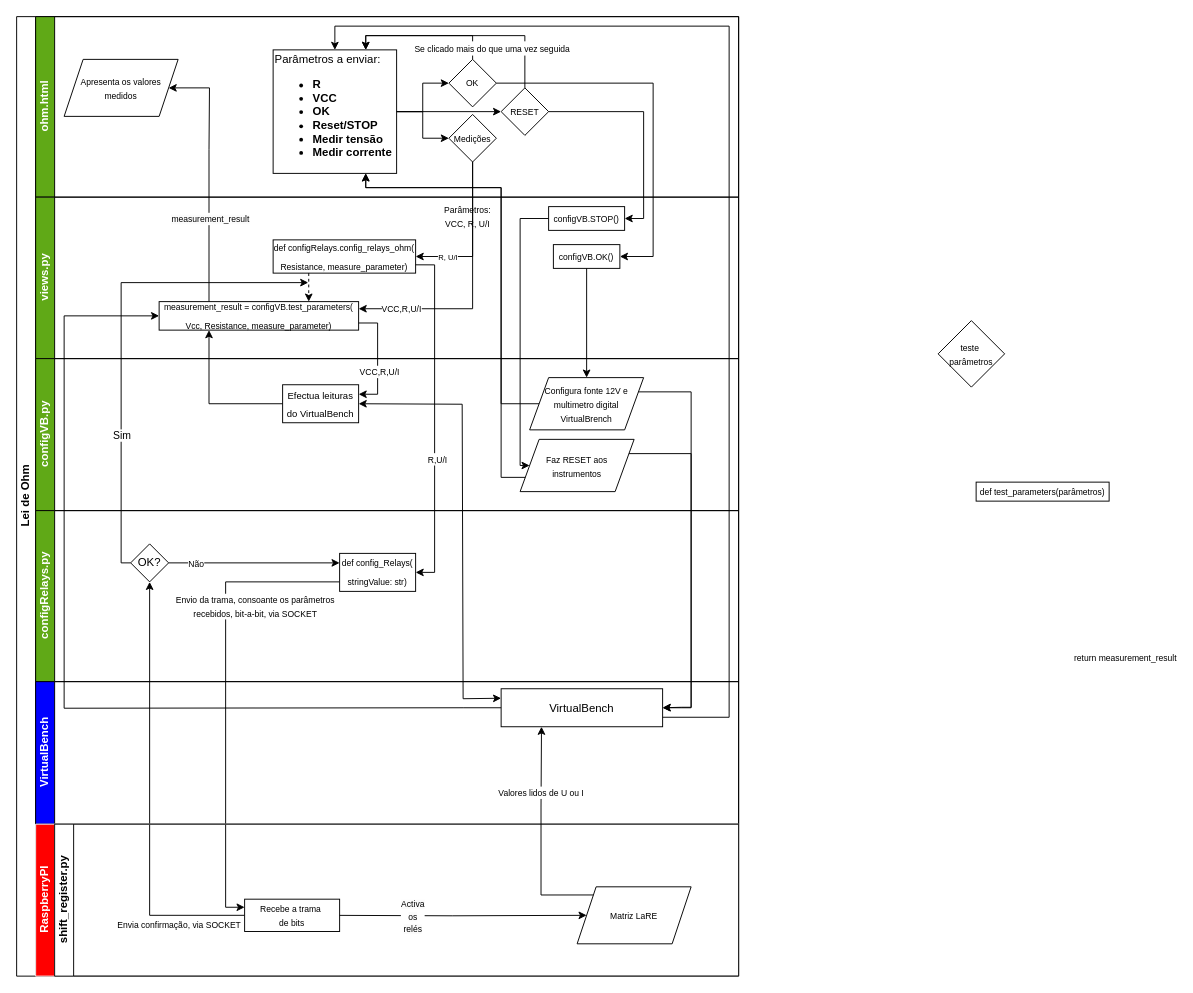
Above: diagramas/flowchart_OHM.drawio in eddygrinder/LaRE (draw.io), before the change. Source tidied: cells renumbered, new cells numbered last; positions are measured from the earlier drawing's top-left corner, leaving out a move shared by most shapes. Both pictures are drawn from the tidied source at 95%, with x=0, y=0 at pixel (16, 16).
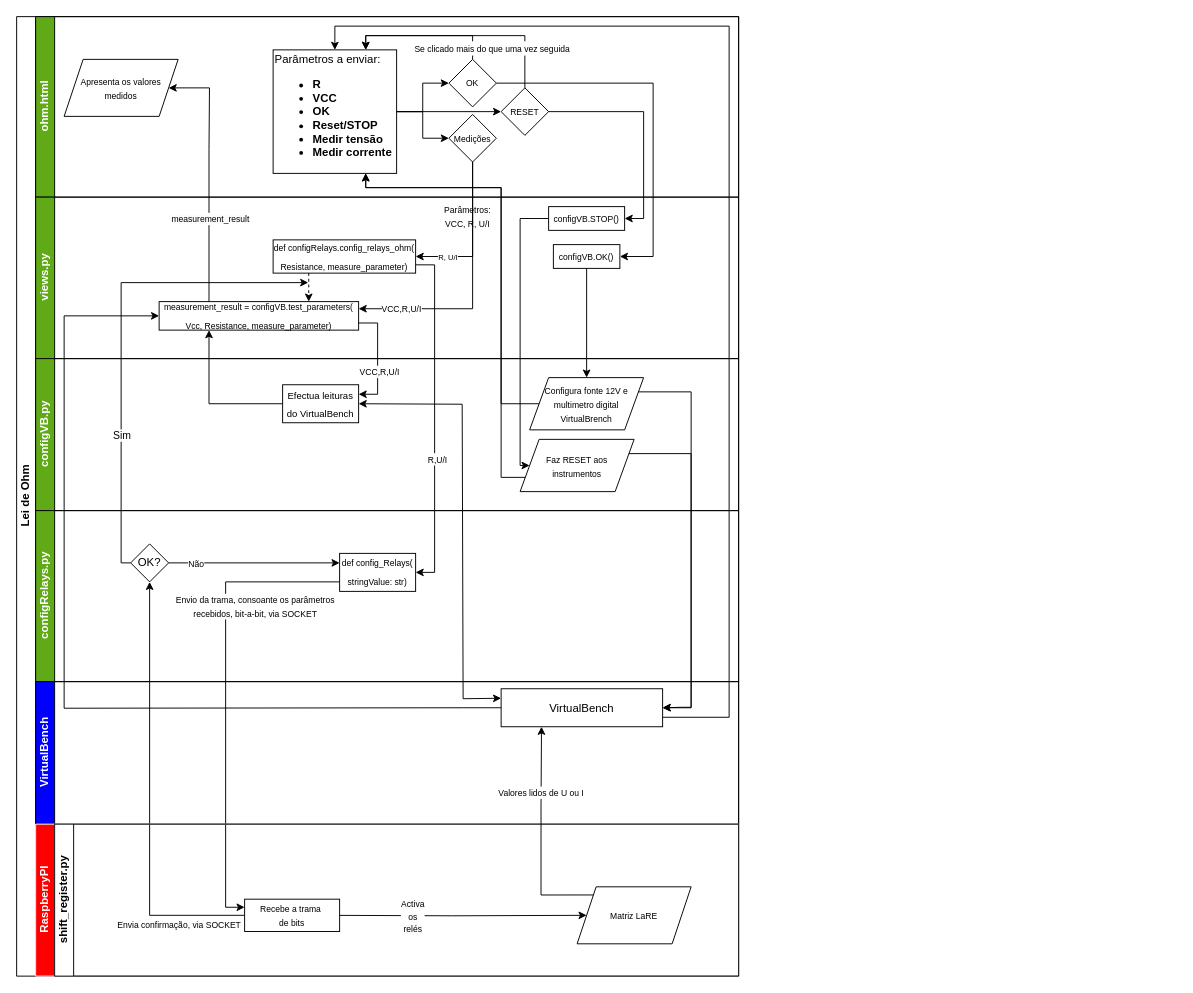
The same page after the edit.

Unchanged cells that the change refers to:
```xml
<mxCell id="55" style="edgeStyle=orthogonalEdgeStyle;rounded=0;jettySize=auto;html=1;entryX=0;entryY=0.5;entryDx=0;entryDy=0;exitX=0;exitY=0.5;exitDx=0;exitDy=0;" parent="3" edge="1" source="48" target="17">
  <mxGeometry relative="1" as="geometry">
    <Array as="points">
      <mxPoint x="470" y="728" />
      <mxPoint x="50" y="728" />
      <mxPoint x="50" y="315" />
    </Array>
  </mxGeometry>
</mxCell>
```

The edit, as a diff of the source:
```diff
@@
-    <mxCell id="2" value="&lt;p&gt;&lt;font style=&quot;font-size: 9px;&quot;&gt;teste&amp;nbsp;&lt;br&gt;&lt;/font&gt;&lt;span style=&quot;font-size: 9px; background-color: initial;&quot;&gt;parâmetros&lt;/span&gt;&lt;/p&gt;" style="rhombus;whiteSpace=wrap;html=1;fontFamily=Helvetica;fontSize=12;fontColor=#000000;align=center;" parent="1" vertex="1">
-      <mxGeometry x="970" y="320" width="70" height="70" as="geometry" />
-    </mxCell>
@@
-    <mxCell id="56" value="&lt;font style=&quot;font-size: 9px;&quot;&gt;return measurement_result&lt;/font&gt;" style="edgeLabel;html=1;align=center;verticalAlign=middle;" parent="55" vertex="1">
-      <mxGeometry x="-0.62" y="-2" relative="1" as="geometry">
-        <mxPoint x="842" y="-51" as="offset" />
-      </mxGeometry>
-    </mxCell>
@@
-    <mxCell id="71" value="&lt;div style=&quot;line-height: 19px;&quot;&gt;&lt;font style=&quot;font-size: 9px;&quot;&gt;def test_parameters(parâmetros)&lt;/font&gt;&lt;/div&gt;" style="rounded=0;whiteSpace=wrap;html=1;fontFamily=Helvetica;fontSize=12;fontColor=#000000;align=center;" parent="1" vertex="1">
-      <mxGeometry x="1010" y="490" width="140" height="20" as="geometry" />
-    </mxCell>
```
